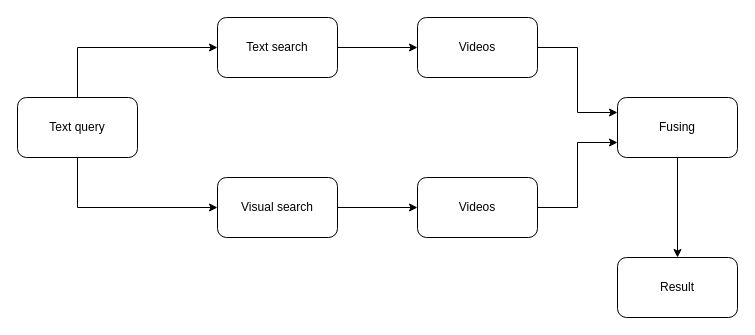
Before: machine-learning/image/machine-learning-system-design-1/youtube-video-search-1.drawio in riehseun/riehseun.github.io, a draw.io diagram. Source tidied: cells renumbered, new cells numbered last; positions are measured from the earlier drawing's top-left corner, leaving out a move shared by most shapes. Both pictures are drawn from the tidied source at 100%, with x=0, y=0 at pixel (17, 17).
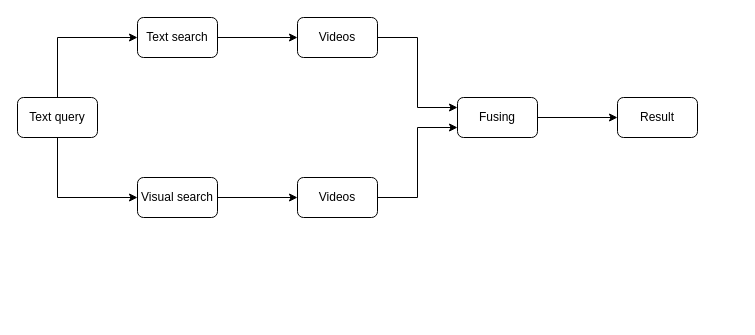
The same diagram, later.

Diff of the diagram source:
```diff
@@
 <mxGraphModel>
   <root>
     <mxCell id="0" />
     <mxCell id="1" parent="0" />
     <mxCell id="2" style="edgeStyle=orthogonalEdgeStyle;rounded=0;jettySize=auto;html=1;exitX=1;exitY=0.5;exitDx=0;exitDy=0;entryX=0;entryY=0.5;entryDx=0;entryDy=0;" parent="1" edge="1" source="3" target="10">
       <mxGeometry relative="1" as="geometry" />
     </mxCell>
     <mxCell id="3" value="Text search" style="rounded=1;whiteSpace=wrap;html=1;" parent="1" vertex="1">
-      <mxGeometry x="200" width="120" height="60" as="geometry" />
+      <mxGeometry x="120" width="80" height="40" as="geometry" />
     </mxCell>
     <mxCell id="4" style="edgeStyle=orthogonalEdgeStyle;rounded=0;jettySize=auto;html=1;exitX=0.5;exitY=0;exitDx=0;exitDy=0;entryX=0;entryY=0.5;entryDx=0;entryDy=0;" parent="1" edge="1" source="6" target="3">
       <mxGeometry relative="1" as="geometry" />
     </mxCell>
     <mxCell id="5" style="edgeStyle=orthogonalEdgeStyle;rounded=0;jettySize=auto;html=1;exitX=0.5;exitY=1;exitDx=0;exitDy=0;entryX=0;entryY=0.5;entryDx=0;entryDy=0;" parent="1" edge="1" source="6" target="8">
       <mxGeometry relative="1" as="geometry" />
     </mxCell>
     <mxCell id="6" value="Text query" style="rounded=1;whiteSpace=wrap;html=1;" parent="1" vertex="1">
-      <mxGeometry y="80" width="120" height="60" as="geometry" />
+      <mxGeometry y="80" width="80" height="40" as="geometry" />
     </mxCell>
     <mxCell id="7" style="edgeStyle=orthogonalEdgeStyle;rounded=0;jettySize=auto;html=1;exitX=1;exitY=0.5;exitDx=0;exitDy=0;entryX=0;entryY=0.5;entryDx=0;entryDy=0;" parent="1" edge="1" source="8" target="12">
       <mxGeometry relative="1" as="geometry" />
     </mxCell>
     <mxCell id="8" value="Visual search" style="rounded=1;whiteSpace=wrap;html=1;" parent="1" vertex="1">
-      <mxGeometry x="200" y="160" width="120" height="60" as="geometry" />
+      <mxGeometry x="120" y="160" width="80" height="40" as="geometry" />
     </mxCell>
     <mxCell id="9" style="edgeStyle=orthogonalEdgeStyle;rounded=0;jettySize=auto;html=1;exitX=1;exitY=0.5;exitDx=0;exitDy=0;entryX=0;entryY=0.25;entryDx=0;entryDy=0;" parent="1" edge="1" source="10" target="14">
       <mxGeometry relative="1" as="geometry" />
     </mxCell>
     <mxCell id="10" value="Videos" style="rounded=1;whiteSpace=wrap;html=1;" parent="1" vertex="1">
-      <mxGeometry x="400" width="120" height="60" as="geometry" />
+      <mxGeometry x="280" width="80" height="40" as="geometry" />
     </mxCell>
     <mxCell id="11" style="edgeStyle=orthogonalEdgeStyle;rounded=0;jettySize=auto;html=1;exitX=1;exitY=0.5;exitDx=0;exitDy=0;entryX=0;entryY=0.75;entryDx=0;entryDy=0;" parent="1" edge="1" source="12" target="14">
       <mxGeometry relative="1" as="geometry" />
     </mxCell>
     <mxCell id="12" value="Videos" style="rounded=1;whiteSpace=wrap;html=1;" parent="1" vertex="1">
-      <mxGeometry x="400" y="160" width="120" height="60" as="geometry" />
+      <mxGeometry x="280" y="160" width="80" height="40" as="geometry" />
     </mxCell>
-    <mxCell id="13" style="edgeStyle=orthogonalEdgeStyle;rounded=0;jettySize=auto;html=1;exitX=0.5;exitY=1;exitDx=0;exitDy=0;entryX=0.5;entryY=0;entryDx=0;entryDy=0;" parent="1" edge="1" source="14" target="15">
+    <mxCell id="13" style="edgeStyle=orthogonalEdgeStyle;rounded=0;jettySize=auto;html=1;exitX=1;exitY=0.5;exitDx=0;exitDy=0;entryX=0;entryY=0.5;entryDx=0;entryDy=0;" parent="1" edge="1" source="14" target="15">
       <mxGeometry relative="1" as="geometry" />
     </mxCell>
     <mxCell id="14" value="Fusing" style="rounded=1;whiteSpace=wrap;html=1;" parent="1" vertex="1">
-      <mxGeometry x="600" y="80" width="120" height="60" as="geometry" />
+      <mxGeometry x="440" y="80" width="80" height="40" as="geometry" />
     </mxCell>
     <mxCell id="15" value="Result" style="rounded=1;whiteSpace=wrap;html=1;" parent="1" vertex="1">
-      <mxGeometry x="600" y="240" width="120" height="60" as="geometry" />
+      <mxGeometry x="600" y="80" width="80" height="40" as="geometry" />
     </mxCell>
   </root>
 </mxGraphModel>
```
